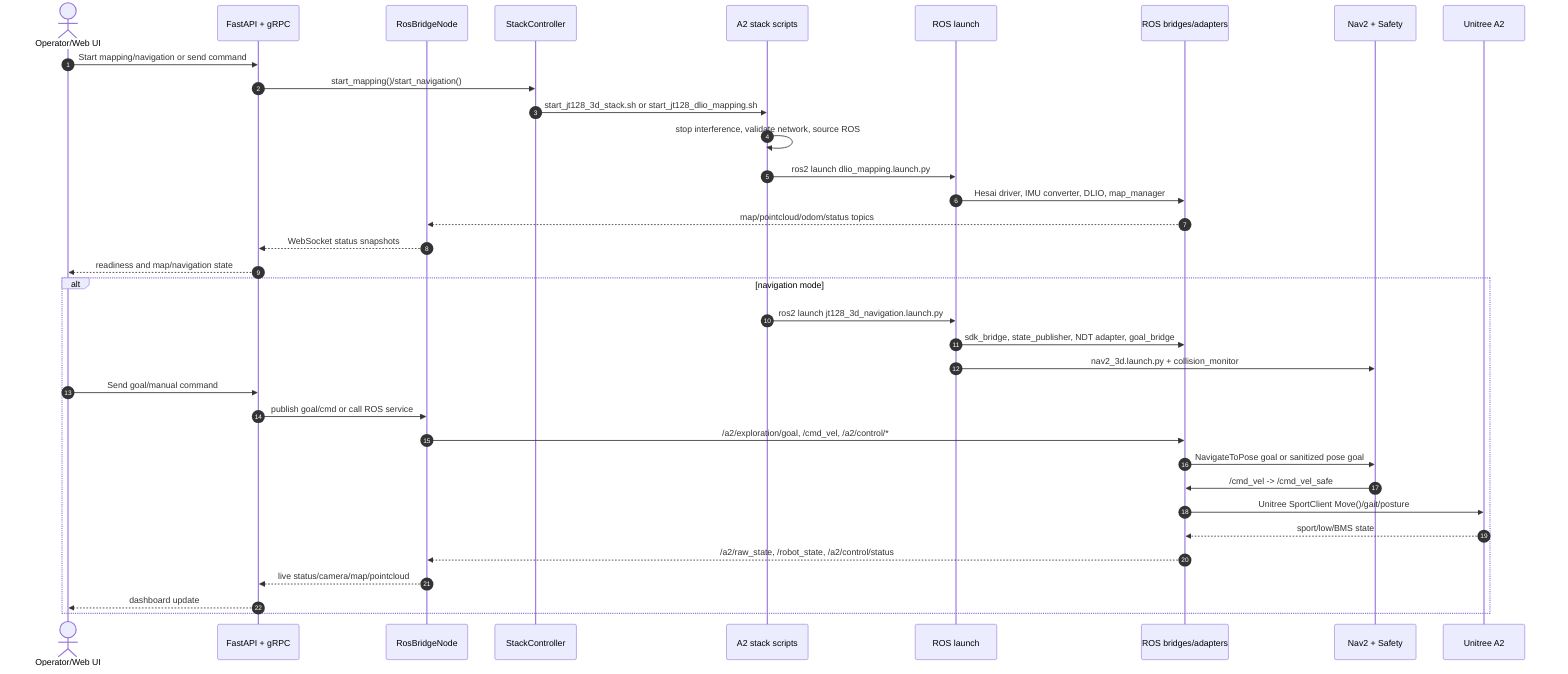
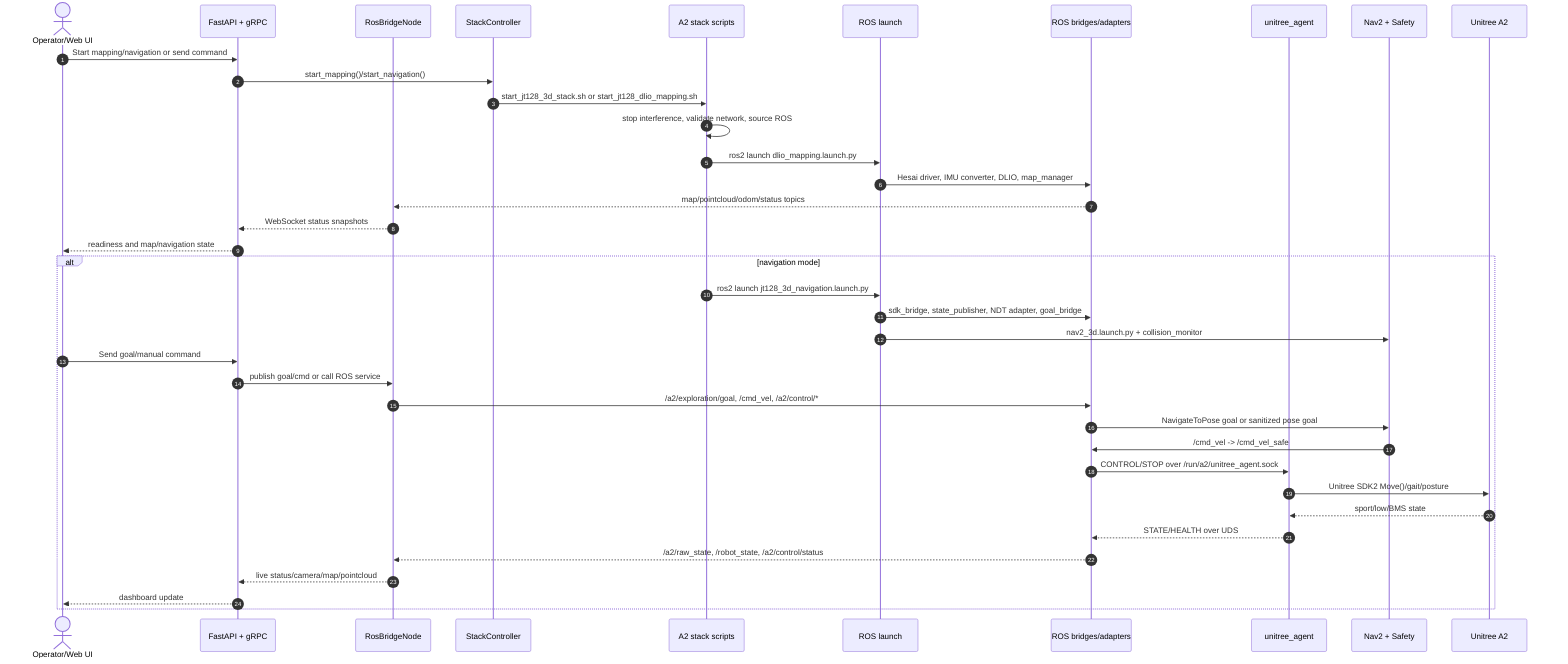
sequenceDiagram
    autonumber
    actor Operator as Operator/Web UI
    participant API as FastAPI + gRPC
    participant Ros as RosBridgeNode
    participant Stack as StackController
    participant Scripts as A2 stack scripts
    participant Launch as ROS launch
    participant Bridges as ROS bridges/adapters
+     participant Agent as unitree_agent
    participant Nav2 as Nav2 + Safety
    participant Robot as Unitree A2

    Operator->>API: Start mapping/navigation or send command
    API->>Stack: start_mapping()/start_navigation()
    Stack->>Scripts: start_jt128_3d_stack.sh or start_jt128_dlio_mapping.sh
    Scripts->>Scripts: stop interference, validate network, source ROS
    Scripts->>Launch: ros2 launch dlio_mapping.launch.py
    Launch->>Bridges: Hesai driver, IMU converter, DLIO, map_manager
    Bridges-->>Ros: map/pointcloud/odom/status topics
    Ros-->>API: WebSocket status snapshots
    API-->>Operator: readiness and map/navigation state

    alt navigation mode
        Scripts->>Launch: ros2 launch jt128_3d_navigation.launch.py
        Launch->>Bridges: sdk_bridge, state_publisher, NDT adapter, goal_bridge
        Launch->>Nav2: nav2_3d.launch.py + collision_monitor
        Operator->>API: Send goal/manual command
        API->>Ros: publish goal/cmd or call ROS service
        Ros->>Bridges: /a2/exploration/goal, /cmd_vel, /a2/control/*
        Bridges->>Nav2: NavigateToPose goal or sanitized pose goal
        Nav2->>Bridges: /cmd_vel -> /cmd_vel_safe
-         Bridges->>Robot: Unitree SportClient Move()/gait/posture
-         Robot-->>Bridges: sport/low/BMS state
+         Bridges->>Agent: CONTROL/STOP over /run/a2/unitree_agent.sock
+         Agent->>Robot: Unitree SDK2 Move()/gait/posture
+         Robot-->>Agent: sport/low/BMS state
+         Agent-->>Bridges: STATE/HEALTH over UDS
        Bridges-->>Ros: /a2/raw_state, /robot_state, /a2/control/status
        Ros-->>API: live status/camera/map/pointcloud
        API-->>Operator: dashboard update
    end
- 
